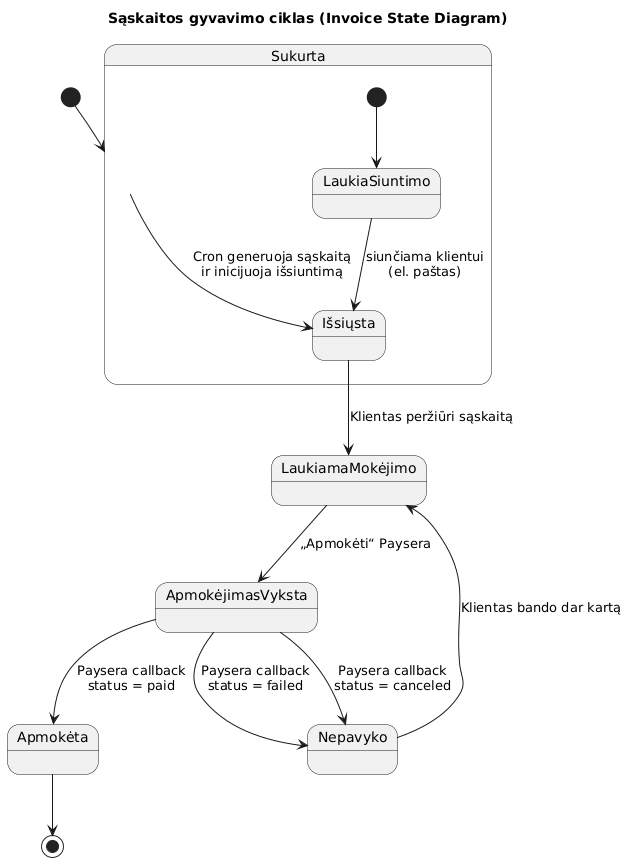
Above: docs/Programų sistemų architektūra ir projektavimas_lab2/information_view_state_diagram_saskaita.png in aliusa/vu_psa (PlantUML), before the change. Source of this version:
```plantuml
@startuml
title Sąskaitos gyvavimo ciklas (Invoice State Diagram)

[*] --> Sukurta

state Sukurta {
    [*] --> LaukiaSiuntimo

    LaukiaSiuntimo --> Išsiųsta : siunčiama klientui\n(el. paštas)
}

Sukurta --> Išsiųsta : Cron generuoja sąskaitą\nir inicijuoja išsiuntimą
Išsiųsta --> LaukiamaMokėjimo : Klientas peržiūri sąskaitą

LaukiamaMokėjimo --> ApmokėjimasVyksta : „Apmokėti“ Paysera
ApmokėjimasVyksta --> Apmokėta : Paysera callback\nstatus = paid
ApmokėjimasVyksta --> Nepavyko : Paysera callback\nstatus = failed
ApmokėjimasVyksta --> Nepavyko : Paysera callback\nstatus = canceled
Nepavyko --> LaukiamaMokėjimo : Klientas bando dar kartą

Apmokėta --> [*]
@enduml
```
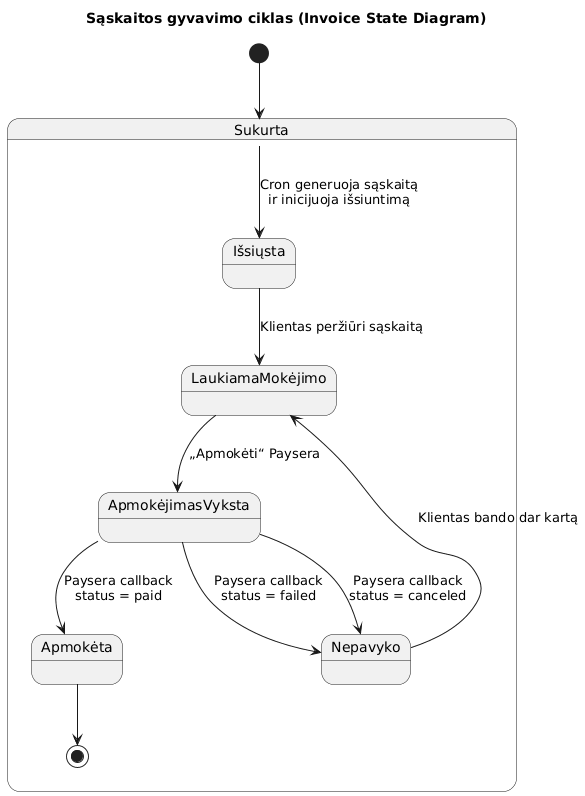
Later version of the same file.

What changed in the source:
```diff
@@ -4,19 +4,15 @@
 [*] --> Sukurta
 
 state Sukurta {
-    [*] --> LaukiaSiuntimo
+  Sukurta            --> Išsiųsta          : Cron generuoja sąskaitą\nir inicijuoja išsiuntimą
+  Išsiųsta           --> LaukiamaMokėjimo  : Klientas peržiūri sąskaitą
 
-    LaukiaSiuntimo --> Išsiųsta : siunčiama klientui\n(el. paštas)
+  LaukiamaMokėjimo   --> ApmokėjimasVyksta : „Apmokėti“ Paysera
+  ApmokėjimasVyksta  --> Apmokėta          : Paysera callback\nstatus = paid
+  ApmokėjimasVyksta  --> Nepavyko          : Paysera callback\nstatus = failed
+  ApmokėjimasVyksta  --> Nepavyko          : Paysera callback\nstatus = canceled
+  Nepavyko           --> LaukiamaMokėjimo  : Klientas bando dar kartą
+
+  Apmokėta           --> [*]
 }
-
-Sukurta --> Išsiųsta : Cron generuoja sąskaitą\nir inicijuoja išsiuntimą
-Išsiųsta --> LaukiamaMokėjimo : Klientas peržiūri sąskaitą
-
-LaukiamaMokėjimo --> ApmokėjimasVyksta : „Apmokėti“ Paysera
-ApmokėjimasVyksta --> Apmokėta : Paysera callback\nstatus = paid
-ApmokėjimasVyksta --> Nepavyko : Paysera callback\nstatus = failed
-ApmokėjimasVyksta --> Nepavyko : Paysera callback\nstatus = canceled
-Nepavyko --> LaukiamaMokėjimo : Klientas bando dar kartą
-
-Apmokėta --> [*]
 @enduml
```
